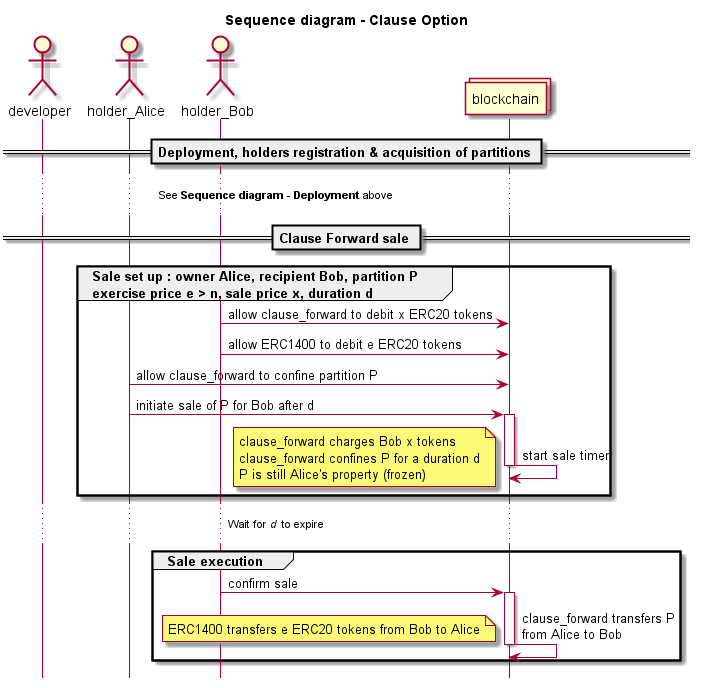
This is documentation/sources/sequence_clause_forward.png from feraudt/open-clause, a PlantUML export, as it was before one commit. The source it was exported from:
```plantuml
@startuml

hide footbox

title Sequence diagram - Clause Option

actor developer
actor holder_Alice
actor holder_Bob
collections blockchain

== Deployment, holders registration & acquisition of partitions ==

...See **Sequence diagram - Deployment** above...

== Clause Forward sale ==

group Sale set up : owner Alice, recipient Bob, partition P \nexercise price e > n, sale price x, duration d

holder_Bob -> blockchain : allow clause_forward to debit x ERC20 tokens
holder_Bob -> blockchain : allow ERC1400 to debit e ERC20 tokens
holder_Alice -> blockchain : allow clause_forward to confine partition P

holder_Alice -> blockchain : initiate sale of P for Bob after d
activate blockchain
blockchain -> blockchain : start sale timer
deactivate blockchain
note left
clause_forward charges Bob x tokens
clause_forward confines P for a duration d
P is still Alice's property (frozen)
end note
end

...Wait for //d//  to expire...

group Sale execution

holder_Bob -> blockchain : confirm sale
activate blockchain
blockchain -> blockchain : clause_forward transfers P \nfrom Alice to Bob
deactivate blockchain
note left
ERC1400 transfers e ERC20 tokens from Bob to Alice
end note
end

@enduml
```
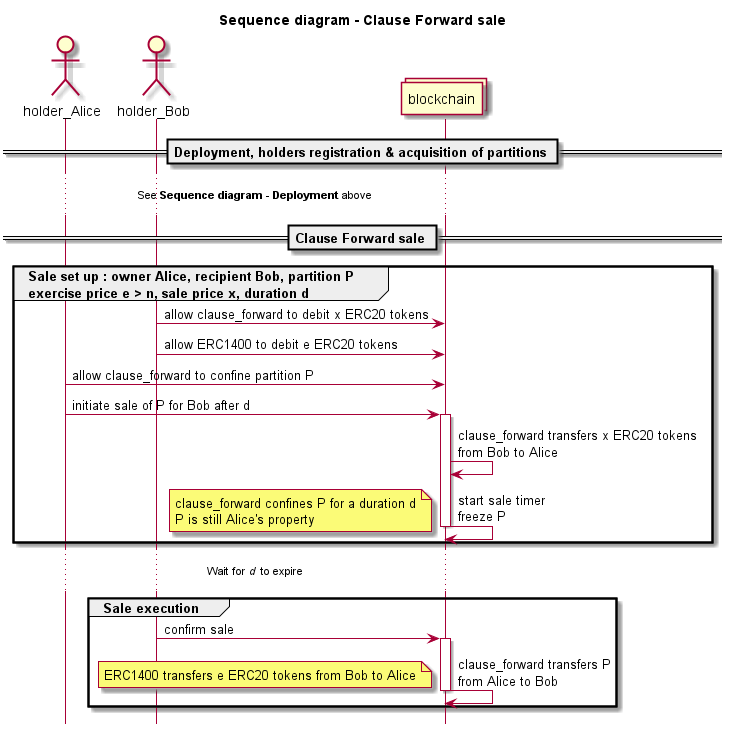
After the change.

Commit message:
documentation clause preemption

The edit, as a diff of the source:
```diff
@@ -2,9 +2,8 @@
 
 hide footbox
 
-title Sequence diagram - Clause Option
+title Sequence diagram - Clause Forward sale
 
-actor developer
 actor holder_Alice
 actor holder_Bob
 collections blockchain
@@ -23,12 +22,12 @@
 
 holder_Alice -> blockchain : initiate sale of P for Bob after d
 activate blockchain
-blockchain -> blockchain : start sale timer
+blockchain -> blockchain : clause_forward transfers x ERC20 tokens \nfrom Bob to Alice
+blockchain -> blockchain : start sale timer \nfreeze P
 deactivate blockchain
 note left
-clause_forward charges Bob x tokens
 clause_forward confines P for a duration d
-P is still Alice's property (frozen)
+P is still Alice's property
 end note
 end
 
```
